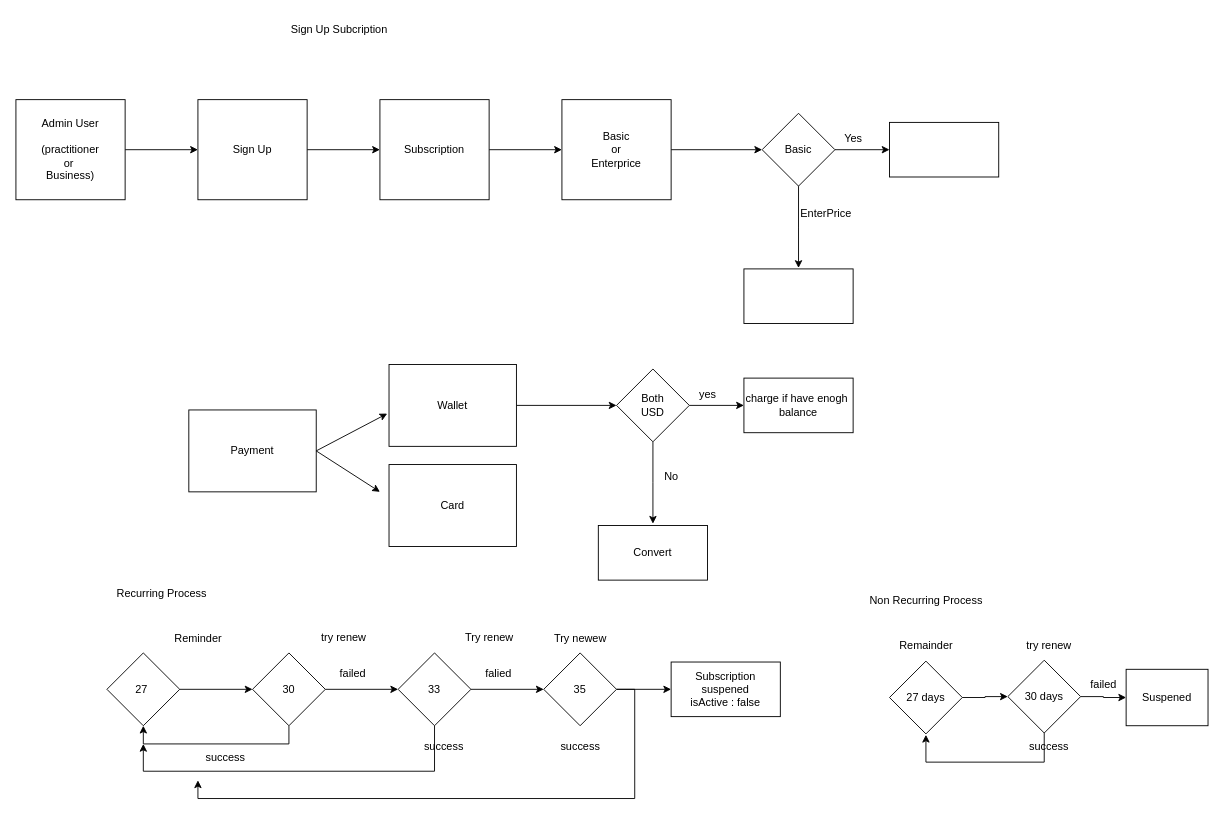
mamun4023/diagrams keeps this draw.io diagram as admin subscription.drawio. Above is the earlier version. Source tidied: cells renumbered, new cells numbered last; positions are measured from the earlier drawing's top-left corner, leaving out a move shared by most shapes. Both pictures are drawn from the tidied source at 91%, with x=0, y=0 at pixel (15, 15).
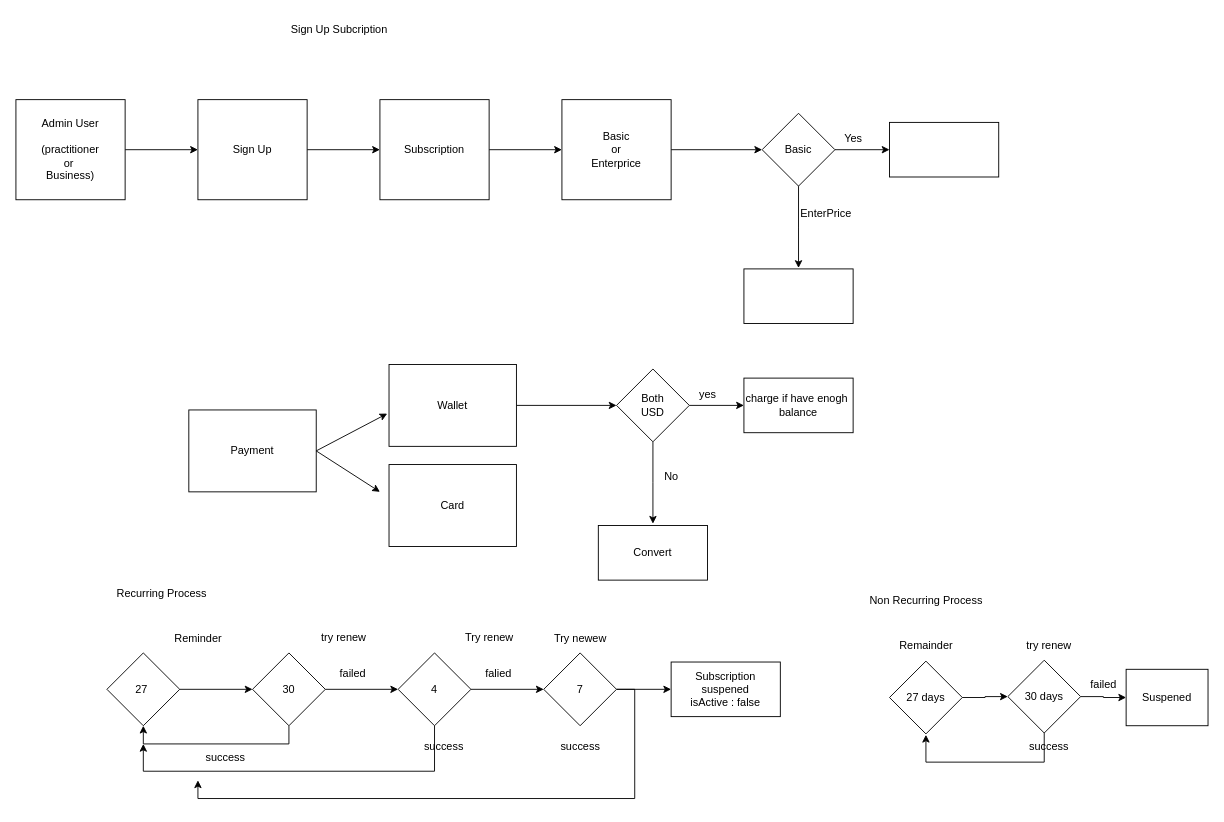
After the change.

Change to the diagram source:
```diff
@@
-    <mxCell id="38" value="33" style="rhombus;whiteSpace=wrap;html=1;" parent="1" vertex="1">
+    <mxCell id="38" value="4" style="rhombus;whiteSpace=wrap;html=1;" parent="1" vertex="1">
       <mxGeometry x="420" y="700" width="80" height="80" as="geometry" />
     </mxCell>
@@
-    <mxCell id="41" value="35" style="rhombus;whiteSpace=wrap;html=1;" parent="1" vertex="1">
+    <mxCell id="41" value="7" style="rhombus;whiteSpace=wrap;html=1;" parent="1" vertex="1">
       <mxGeometry x="580" y="700" width="80" height="80" as="geometry" />
     </mxCell>
```
